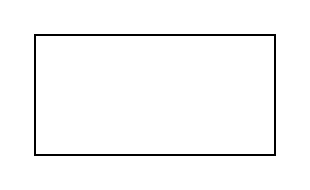
This is Диаграмма без названия.drawio from ernur768/testGit, a draw.io file, before an edit. Source tidied: cells renumbered, new cells numbered last; positions are measured from the earlier drawing's top-left corner, leaving out a move shared by most shapes. Both pictures are drawn from the tidied source at 200%, with x=0, y=0 at pixel (34, 34).
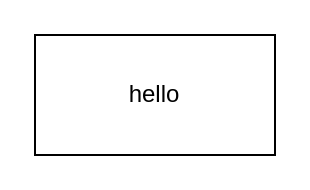
The same page after the edit.

The edit, as a diff of the source:
```diff
@@
 <mxGraphModel>
   <root>
     <mxCell id="0" />
     <mxCell id="1" parent="0" />
-    <mxCell id="2" style="rounded=0;whiteSpace=wrap;html=1;" parent="1" vertex="1">
+    <mxCell id="2" value="hello" style="rounded=0;whiteSpace=wrap;html=1;" parent="1" vertex="1">
       <mxGeometry width="120" height="60" as="geometry" />
     </mxCell>
   </root>
 </mxGraphModel>
```
